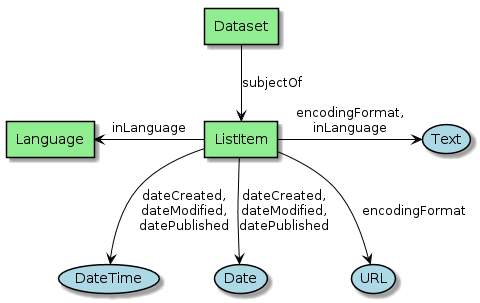
The PlantUML diagram series/diagrams/ListItem.png in eovoc/eo-on-schema.org, before a commit.
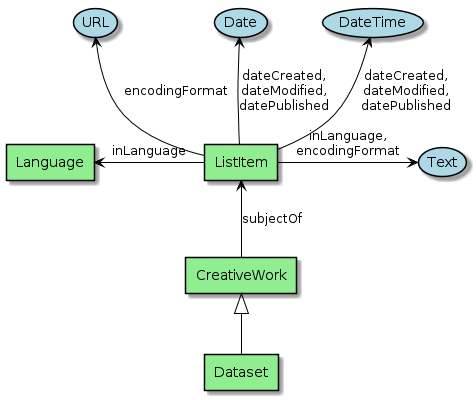
After the change.

Diff of the diagram source:
```diff
@@ -17,17 +17,19 @@
 agent Dataset
 agent ListItem
 agent Language
+agent CreativeWork
 
+Dataset -up-|> CreativeWork
 
-Dataset -down-> ListItem : "subjectOf"
+CreativeWork -up-> ListItem : "subjectOf"
 
-ListItem -down-> (DateTime) : "dateCreated,\ndateModified,\ndatePublished"
+ListItem -up-> (DateTime) : "dateCreated,\ndateModified,\ndatePublished"
 
-ListItem -down-> (Date) : "dateCreated,\ndateModified,\ndatePublished"
+ListItem -up-> (Date) : "dateCreated,\ndateModified,\ndatePublished"
 
-ListItem -right-> (Text) : "encodingFormat,\ninLanguage"
+ListItem -right-> (Text) : "inLanguage,\nencodingFormat"
 
-ListItem --> (URL) : "encodingFormat"
+ListItem -up-> (URL) : "encodingFormat"
 
 ListItem -left-> Language : "inLanguage"
 @enduml
```
